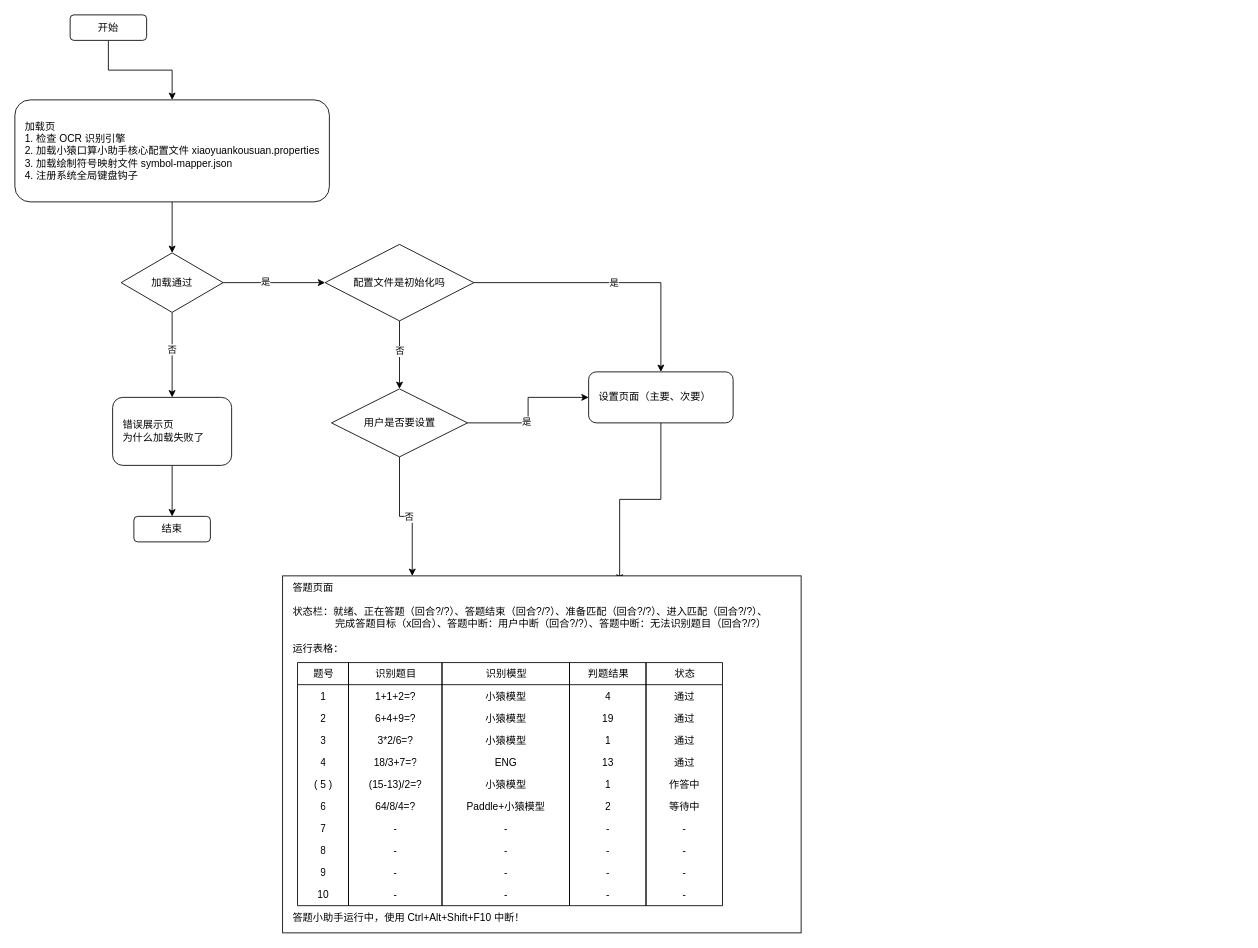
The draw.io diagram ui.drawio in wifi504/xiaoyuankousuan, before the edit. Source tidied: cells renumbered, new cells numbered last; positions are measured from the earlier drawing's top-left corner, leaving out a move shared by most shapes. Both pictures are drawn from the tidied source at 85%, with x=0, y=0 at pixel (14, 14).
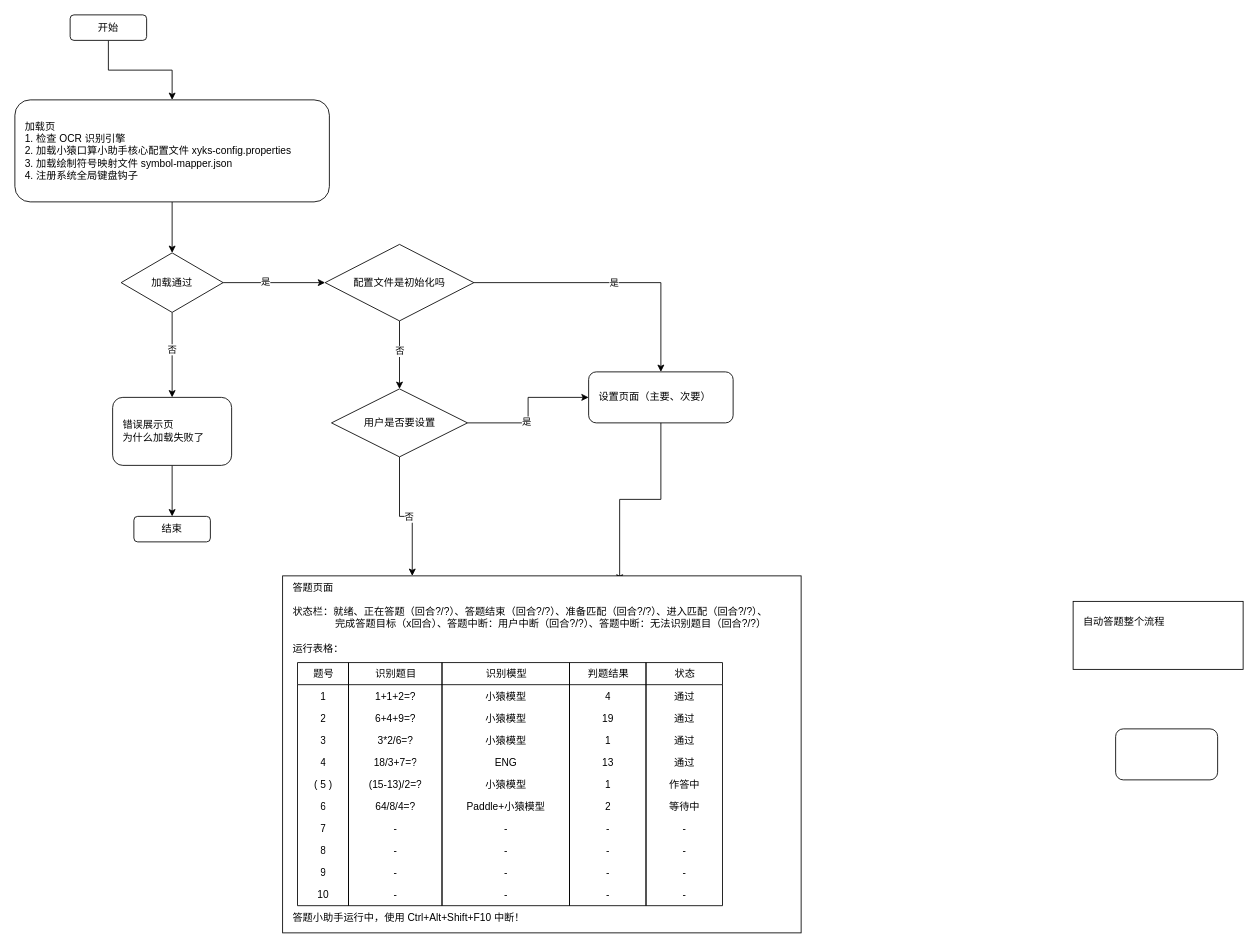
After the change.

The edit, as a diff of the source:
```diff
@@
-    <mxCell id="5" value="&lt;div&gt;加载页&lt;/div&gt;&lt;div&gt;1. 检查 OCR 识别引擎&lt;/div&gt;&lt;div&gt;2. 加载小猿口算小助手核心配置文件 xiaoyuankousuan.properties&lt;/div&gt;&lt;div&gt;3. 加载绘制符号映射文件 symbol-mapper.json&lt;/div&gt;&lt;div&gt;4. 注册系统全局键盘钩子&lt;/div&gt;" style="rounded=1;whiteSpace=wrap;html=1;align=left;horizontal=1;spacingLeft=10;" parent="1" vertex="1">
+    <mxCell id="5" value="&lt;div&gt;加载页&lt;/div&gt;&lt;div&gt;1. 检查 OCR 识别引擎&lt;/div&gt;&lt;div&gt;2. 加载小猿口算小助手核心配置文件 xyks-config.properties&lt;/div&gt;&lt;div&gt;3. 加载绘制符号映射文件 symbol-mapper.json&lt;/div&gt;&lt;div&gt;4. 注册系统全局键盘钩子&lt;/div&gt;" style="rounded=1;whiteSpace=wrap;html=1;align=left;horizontal=1;spacingLeft=10;" parent="1" vertex="1">
       <mxGeometry y="100" width="370" height="120" as="geometry" />
     </mxCell>
@@
+    <mxCell id="83" value="自动答题整个流程" style="rounded=0;whiteSpace=wrap;html=1;align=left;verticalAlign=top;spacingLeft=10;spacingTop=10;" parent="1" vertex="1">
+      <mxGeometry x="1245" y="690" width="200" height="80" as="geometry" />
+    </mxCell>
+    <mxCell id="84" style="rounded=1;whiteSpace=wrap;html=1;" parent="1" vertex="1">
+      <mxGeometry x="1295" y="840" width="120" height="60" as="geometry" />
+    </mxCell>
```
